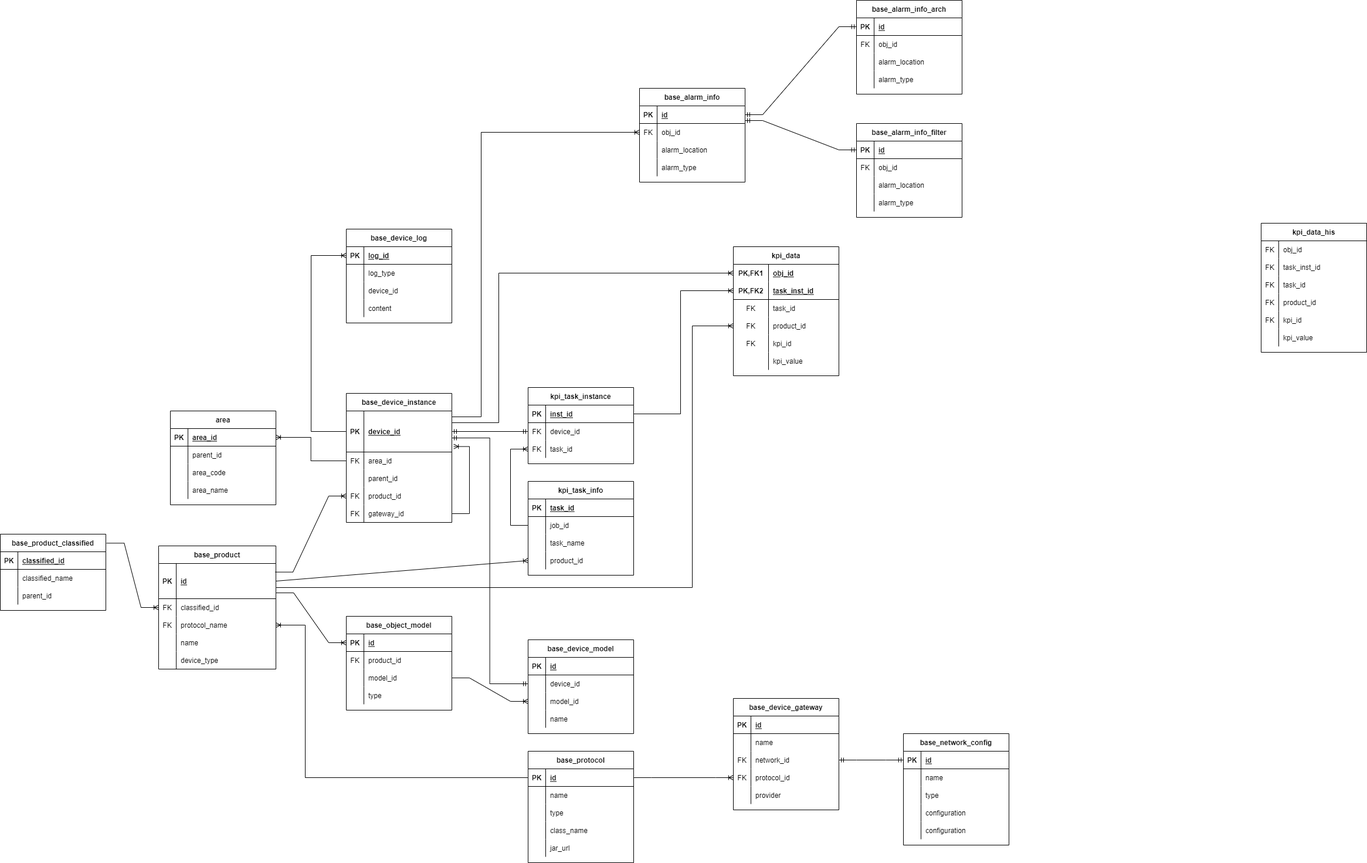
liuyucai/springcloud-config keeps this draw.io diagram as Untitled Diagram.drawio.png. Above is the earlier version. Source tidied: cells renumbered, new cells last; positions are measured from the earlier drawing's top-left corner, leaving out a move shared by most shapes.
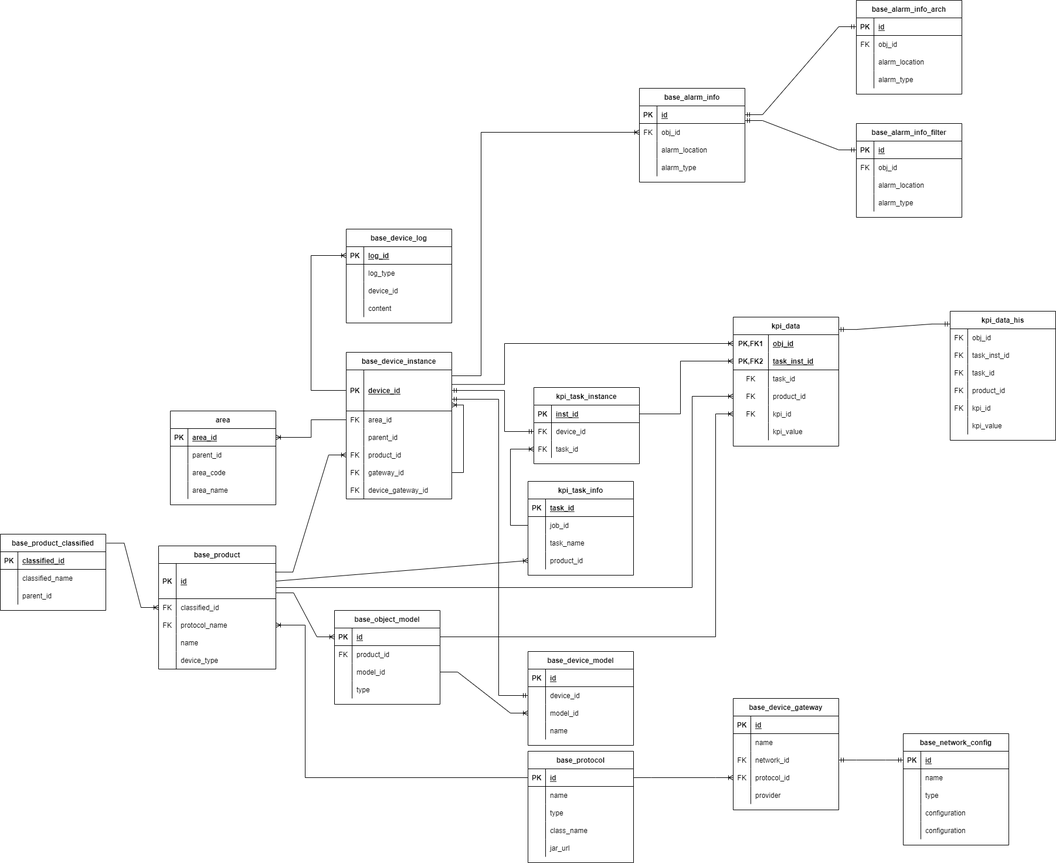
After the change.

Diff of the diagram source:
```diff
@@ -51,7 +51,7 @@
       <mxGeometry x="30" width="170" height="30" as="geometry" />
     </mxCell>
     <mxCell id="18" value="base_device_instance" style="shape=table;startSize=30;rowLines=0;fontStyle=1;align=center;" parent="1" vertex="1">
-      <mxGeometry x="590" y="670" width="180" height="220" as="geometry" />
+      <mxGeometry x="590" y="600" width="180" height="250" as="geometry" />
     </mxCell>
     <mxCell id="19" style="shape=tableRow;horizontal=0;startSize=0;swimlaneHead=0;swimlaneBody=0;fillColor=none;points=[[0,0.5],[1,0.5]];portConstraint=eastwest;top=0;left=0;right=0;bottom=1;" parent="18" vertex="1">
       <mxGeometry y="30" width="180" height="70" as="geometry" />
@@ -89,22 +89,31 @@
     <mxCell id="30" value="product_id" style="shape=partialRectangle;fillColor=none;top=0;left=0;bottom=0;right=0;align=left;spacingLeft=6;overflow=hidden;" parent="28" vertex="1">
       <mxGeometry x="30" width="150" height="30" as="geometry" />
     </mxCell>
+    <mxCell id="264" style="shape=tableRow;horizontal=0;startSize=0;swimlaneHead=0;swimlaneBody=0;fillColor=none;points=[[0,0.5],[1,0.5]];portConstraint=eastwest;top=0;left=0;right=0;bottom=0;" parent="18" vertex="1">
+      <mxGeometry y="190" width="180" height="30" as="geometry" />
+    </mxCell>
+    <mxCell id="265" value="FK" style="shape=partialRectangle;fillColor=none;top=0;left=0;bottom=0;right=0;fontStyle=0;overflow=hidden;" parent="264" vertex="1">
+      <mxGeometry width="30" height="30" as="geometry" />
+    </mxCell>
+    <mxCell id="266" value="gateway_id" style="shape=partialRectangle;fillColor=none;top=0;left=0;bottom=0;right=0;align=left;spacingLeft=6;fontStyle=0;overflow=hidden;" parent="264" vertex="1">
+      <mxGeometry x="30" width="150" height="30" as="geometry" />
+    </mxCell>
     <mxCell id="31" style="shape=tableRow;horizontal=0;startSize=0;swimlaneHead=0;swimlaneBody=0;fillColor=none;points=[[0,0.5],[1,0.5]];portConstraint=eastwest;top=0;left=0;right=0;bottom=0;" parent="18" vertex="1">
-      <mxGeometry y="190" width="180" height="30" as="geometry" />
+      <mxGeometry y="220" width="180" height="30" as="geometry" />
     </mxCell>
     <mxCell id="32" value="FK" style="shape=partialRectangle;fillColor=none;top=0;left=0;bottom=0;right=0;fontStyle=0;overflow=hidden;" parent="31" vertex="1">
       <mxGeometry width="30" height="30" as="geometry" />
     </mxCell>
-    <mxCell id="33" value="gateway_id" style="shape=partialRectangle;fillColor=none;top=0;left=0;bottom=0;right=0;align=left;spacingLeft=6;fontStyle=0;overflow=hidden;" parent="31" vertex="1">
+    <mxCell id="33" value="device_gateway_id" style="shape=partialRectangle;fillColor=none;top=0;left=0;bottom=0;right=0;align=left;spacingLeft=6;fontStyle=0;overflow=hidden;" parent="31" vertex="1">
       <mxGeometry x="30" width="150" height="30" as="geometry" />
     </mxCell>
-    <mxCell id="34" style="edgeStyle=elbowEdgeStyle;fontSize=12;html=1;endArrow=ERoneToMany;rounded=0;exitX=1;exitY=0.5;exitDx=0;exitDy=0;entryX=1.018;entryY=0.866;entryDx=0;entryDy=0;entryPerimeter=0;" parent="18" edge="1" source="31" target="19">
-      <mxGeometry relative="1" as="geometry">
-        <Array as="points">
-          <mxPoint x="210" y="150" />
-        </Array>
-      </mxGeometry>
-    </mxCell>
+    <mxCell id="267" style="edgeStyle=elbowEdgeStyle;fontSize=12;html=1;endArrow=ERoneToMany;rounded=0;exitX=1;exitY=0.5;exitDx=0;exitDy=0;entryX=1;entryY=0.854;entryDx=0;entryDy=0;entryPerimeter=0;" parent="18" edge="1" source="264" target="19">
+      <mxGeometry relative="1" as="geometry">
+        <Array as="points">
+          <mxPoint x="200" y="140" />
+        </Array>
+      </mxGeometry>
+    </mxCell>
     <mxCell id="35" style="edgeStyle=entityRelationEdgeStyle;fontSize=12;html=1;endArrow=ERoneToMany;rounded=0;exitX=0.995;exitY=0.244;exitDx=0;exitDy=0;entryX=0;entryY=0.5;entryDx=0;entryDy=0;exitPerimeter=0;" parent="1" edge="1" source="3" target="28">
       <mxGeometry relative="1" as="geometry" />
     </mxCell>
@@ -151,7 +160,7 @@
       <mxGeometry relative="1" as="geometry" />
     </mxCell>
     <mxCell id="50" value="base_object_model" style="shape=table;startSize=30;rowLines=0;fontStyle=1;align=center;" parent="1" vertex="1">
-      <mxGeometry x="590" y="1050" width="180" height="160" as="geometry" />
+      <mxGeometry x="570" y="1040" width="180" height="160" as="geometry" />
     </mxCell>
     <mxCell id="51" style="shape=tableRow;horizontal=0;startSize=0;swimlaneHead=0;swimlaneBody=0;fillColor=none;points=[[0,0.5],[1,0.5]];portConstraint=eastwest;top=0;left=0;right=0;bottom=1;" parent="50" vertex="1">
       <mxGeometry y="30" width="180" height="30" as="geometry" />
@@ -384,7 +393,7 @@
       <mxGeometry relative="1" as="geometry" />
     </mxCell>
     <mxCell id="126" value="base_device_model" style="shape=table;startSize=30;rowLines=0;fontStyle=1;align=center;" parent="1" vertex="1">
-      <mxGeometry x="900" y="1090" width="180" height="160" as="geometry" />
+      <mxGeometry x="900" y="1110" width="180" height="160" as="geometry" />
     </mxCell>
     <mxCell id="127" style="shape=tableRow;horizontal=0;startSize=0;swimlaneHead=0;swimlaneBody=0;fillColor=none;top=0;left=0;right=0;bottom=1;" parent="126" vertex="1">
       <mxGeometry y="30" width="180" height="30" as="geometry" />
@@ -424,7 +433,10 @@
     </mxCell>
     <mxCell id="139" style="edgeStyle=elbowEdgeStyle;fontSize=12;html=1;endArrow=ERmandOne;startArrow=ERmandOne;rounded=0;entryX=0;entryY=0.5;entryDx=0;entryDy=0;" parent="1" edge="1" target="130">
       <mxGeometry relative="1" as="geometry">
-        <mxPoint x="770" y="746" as="sourcePoint" />
+        <mxPoint x="770" y="680" as="sourcePoint" />
+        <Array as="points">
+          <mxPoint x="850" y="1120" />
+        </Array>
       </mxGeometry>
     </mxCell>
     <mxCell id="140" style="edgeStyle=entityRelationEdgeStyle;fontSize=12;html=1;endArrow=ERoneToMany;rounded=0;exitX=1;exitY=0.5;exitDx=0;exitDy=0;entryX=0;entryY=0.5;entryDx=0;entryDy=0;" parent="1" edge="1" source="57" target="133">
@@ -516,7 +528,7 @@
       <mxGeometry x="30" width="150" height="30" as="geometry" />
     </mxCell>
     <mxCell id="168" value="kpi_task_instance" style="shape=table;startSize=30;rowLines=0;fontStyle=1;align=center;" parent="1" vertex="1">
-      <mxGeometry x="900" y="660" width="180" height="130" as="geometry" />
+      <mxGeometry x="910" y="660" width="180" height="130" as="geometry" />
     </mxCell>
     <mxCell id="169" style="shape=tableRow;horizontal=0;startSize=0;swimlaneHead=0;swimlaneBody=0;fillColor=none;points=[[0,0.5],[1,0.5]];portConstraint=eastwest;top=0;left=0;right=0;bottom=1;" parent="168" vertex="1">
       <mxGeometry y="30" width="180" height="30" as="geometry" />
@@ -545,8 +557,13 @@
     <mxCell id="177" value="task_id" style="shape=partialRectangle;fillColor=none;top=0;left=0;bottom=0;right=0;align=left;spacingLeft=6;overflow=hidden;" parent="175" vertex="1">
       <mxGeometry x="30" width="150" height="30" as="geometry" />
     </mxCell>
-    <mxCell id="178" style="fontSize=12;html=1;endArrow=ERmandOne;startArrow=ERmandOne;rounded=0;entryX=0;entryY=0.5;entryDx=0;entryDy=0;exitX=1;exitY=0.5;exitDx=0;exitDy=0;" parent="1" edge="1" source="19" target="172">
-      <mxGeometry relative="1" as="geometry" />
+    <mxCell id="178" style="fontSize=12;html=1;endArrow=ERmandOne;startArrow=ERmandOne;rounded=0;entryX=0;entryY=0.5;entryDx=0;entryDy=0;exitX=1;exitY=0.5;exitDx=0;exitDy=0;edgeStyle=orthogonalEdgeStyle;" parent="1" edge="1" source="19" target="172">
+      <mxGeometry relative="1" as="geometry">
+        <Array as="points">
+          <mxPoint x="860" y="665" />
+          <mxPoint x="860" y="735" />
+        </Array>
+      </mxGeometry>
     </mxCell>
     <mxCell id="179" value="base_alarm_info" style="shape=table;startSize=30;rowLines=0;fontStyle=1;align=center;" parent="1" vertex="1">
       <mxGeometry x="1090" y="150" width="180" height="160" as="geometry" />
@@ -589,7 +606,7 @@
     </mxCell>
     <mxCell id="192" style="edgeStyle=elbowEdgeStyle;fontSize=12;html=1;endArrow=ERoneToMany;rounded=0;entryX=0;entryY=0.5;entryDx=0;entryDy=0;" parent="1" edge="1" target="183">
       <mxGeometry relative="1" as="geometry">
-        <mxPoint x="770" y="710" as="sourcePoint" />
+        <mxPoint x="770" y="640" as="sourcePoint" />
         <Array as="points">
           <mxPoint x="820" y="450" />
         </Array>
@@ -682,7 +699,7 @@
       </mxGeometry>
     </mxCell>
     <mxCell id="221" value="kpi_data" style="shape=table;startSize=30;rowLines=0;fontStyle=1;align=center;" parent="1" vertex="1">
-      <mxGeometry x="1250" y="420" width="180" height="220" as="geometry" />
+      <mxGeometry x="1250" y="540" width="180" height="220" as="geometry" />
     </mxCell>
     <mxCell id="222" style="shape=tableRow;horizontal=0;startSize=0;swimlaneHead=0;swimlaneBody=0;fillColor=none;points=[[0,0.5],[1,0.5]];portConstraint=eastwest;top=0;left=0;right=0;bottom=0;" parent="221" vertex="1">
       <mxGeometry y="30" width="180" height="30" as="geometry" />
@@ -739,7 +756,7 @@
       <mxGeometry x="60" width="120" height="30" as="geometry" />
     </mxCell>
     <mxCell id="240" value="kpi_data_his" style="shape=table;startSize=30;rowLines=0;fontStyle=1;align=center;" parent="1" vertex="1">
-      <mxGeometry x="2150" y="380" width="180" height="220" as="geometry" />
+      <mxGeometry x="1620" y="530" width="180" height="220" as="geometry" />
     </mxCell>
     <mxCell id="241" style="shape=tableRow;horizontal=0;startSize=0;swimlaneHead=0;swimlaneBody=0;fillColor=none;top=0;left=0;right=0;bottom=0;" parent="240" vertex="1">
       <mxGeometry y="30" width="180" height="30" as="geometry" />
@@ -795,10 +812,12 @@
     <mxCell id="258" value="kpi_value" style="shape=partialRectangle;fillColor=none;top=0;left=0;bottom=0;right=0;align=left;spacingLeft=6;fontStyle=0;overflow=hidden;" parent="256" vertex="1">
       <mxGeometry x="30" width="150" height="30" as="geometry" />
     </mxCell>
-    <mxCell id="259" style="edgeStyle=elbowEdgeStyle;fontSize=12;html=1;endArrow=ERoneToMany;rounded=0;entryX=0;entryY=0.5;entryDx=0;entryDy=0;" parent="1" edge="1" target="222">
+    <mxCell id="259" style="edgeStyle=elbowEdgeStyle;fontSize=12;html=1;endArrow=ERoneToMany;rounded=0;entryX=0;entryY=0.5;entryDx=0;entryDy=0;exitX=1;exitY=0.354;exitDx=0;exitDy=0;exitPerimeter=0;" parent="1" edge="1" source="19" target="222">
       <mxGeometry relative="1" as="geometry">
-        <mxPoint x="770" y="720" as="sourcePoint" />
         <Array as="points">
+          <mxPoint x="860" y="570" />
+          <mxPoint x="830" y="670" />
+          <mxPoint x="860" y="580" />
           <mxPoint x="850" y="430" />
           <mxPoint x="1590" y="450" />
           <mxPoint x="1520" y="440" />
@@ -832,5 +851,15 @@
         </Array>
       </mxGeometry>
     </mxCell>
+    <mxCell id="268" style="edgeStyle=elbowEdgeStyle;fontSize=12;html=1;endArrow=ERoneToMany;rounded=0;exitX=1;exitY=0.5;exitDx=0;exitDy=0;" parent="1" edge="1" source="51" target="234">
+      <mxGeometry relative="1" as="geometry">
+        <Array as="points">
+          <mxPoint x="1220" y="810" />
+        </Array>
+      </mxGeometry>
+    </mxCell>
+    <mxCell id="269" style="edgeStyle=entityRelationEdgeStyle;fontSize=12;html=1;endArrow=ERmandOne;startArrow=ERmandOne;rounded=0;exitX=0.999;exitY=0.096;exitDx=0;exitDy=0;exitPerimeter=0;entryX=-0.003;entryY=0.099;entryDx=0;entryDy=0;entryPerimeter=0;" parent="1" edge="1" source="221" target="240">
+      <mxGeometry relative="1" as="geometry" />
+    </mxCell>
   </root>
 </mxGraphModel>
```
